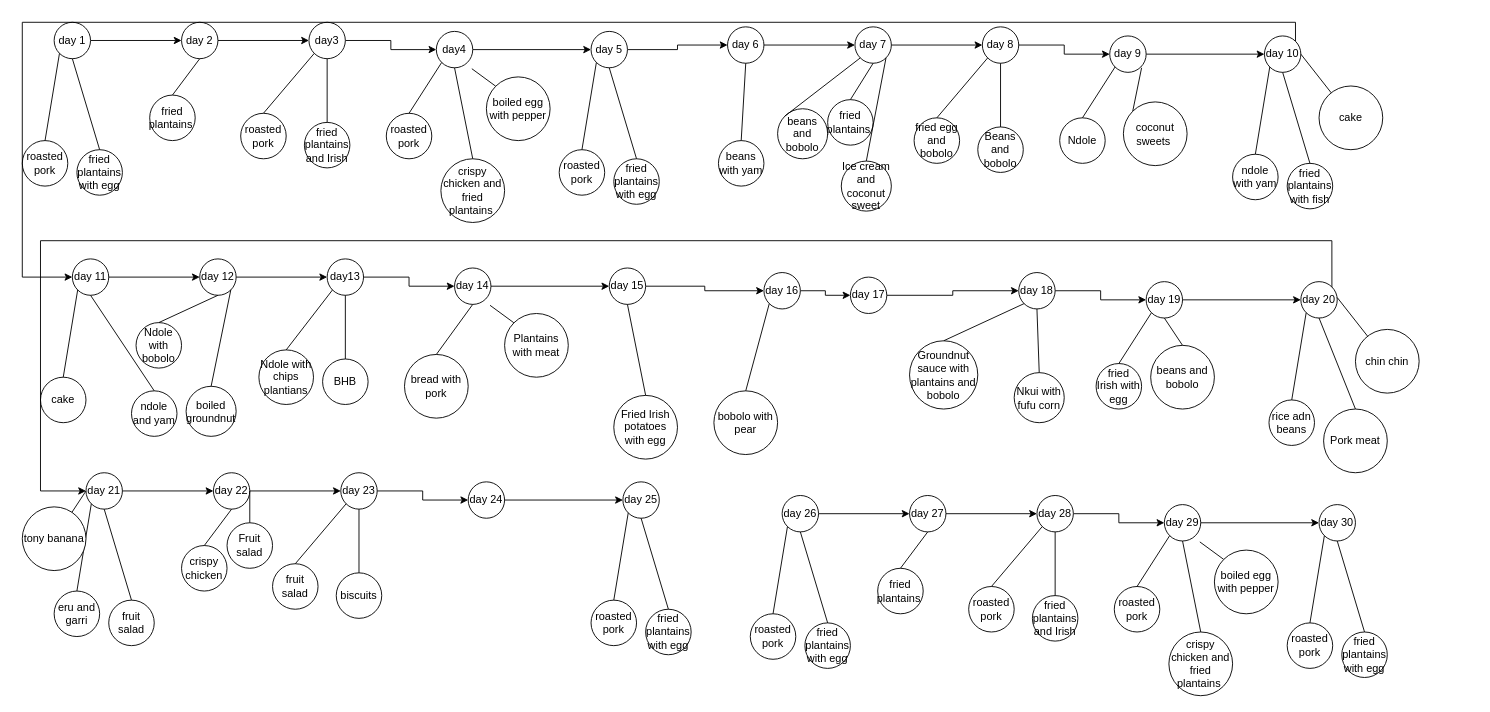
Earlier version of the draw.io diagram Diagrama sin título.drawio (NkwescheuKSL/FrontCMS). Source tidied: cells renumbered, new cells numbered last; positions are measured from the earlier drawing's top-left corner, leaving out a move shared by most shapes. Both pictures are drawn from the tidied source at 91%, with x=0, y=0 at pixel (22, 22).
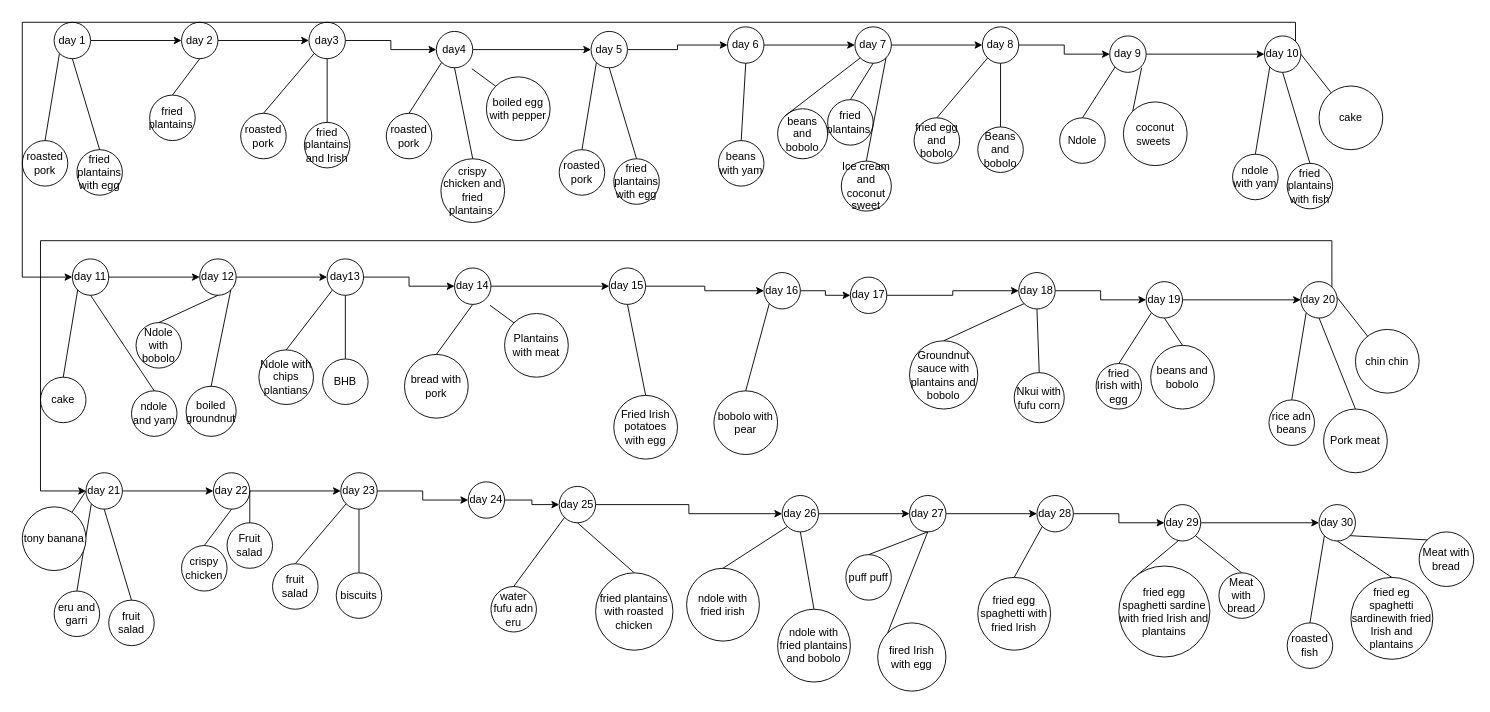
The same diagram, later.

The change refers to these unchanged cells:
```xml
<mxCell id="132" value="day 26" style="ellipse;whiteSpace=wrap;html=1;" parent="1" vertex="1">
  <mxGeometry x="835" y="520" width="40" height="40" as="geometry" />
</mxCell>
<mxCell id="138" value="day 27" style="ellipse;whiteSpace=wrap;html=1;" parent="1" vertex="1">
  <mxGeometry x="975" y="520" width="40" height="40" as="geometry" />
</mxCell>
<mxCell id="142" value="day 28" style="ellipse;whiteSpace=wrap;html=1;" parent="1" vertex="1">
  <mxGeometry x="1115" y="520" width="40" height="40" as="geometry" />
</mxCell>
<mxCell id="148" value="day 29" style="ellipse;whiteSpace=wrap;html=1;" parent="1" vertex="1">
  <mxGeometry x="1255" y="530" width="40" height="40" as="geometry" />
</mxCell>
<mxCell id="153" value="day 30" style="ellipse;whiteSpace=wrap;html=1;" parent="1" vertex="1">
  <mxGeometry x="1425" y="530" width="40" height="40" as="geometry" />
</mxCell>
```

The edit, as a diff of the source:
```diff
@@
+    <mxCell id="174" style="edgeStyle=orthogonalEdgeStyle;rounded=0;jettySize=auto;html=1;exitX=1;exitY=0.5;exitDx=0;exitDy=0;entryX=0;entryY=0.5;entryDx=0;entryDy=0;" parent="1" edge="1" source="126" target="132">
+      <mxGeometry relative="1" as="geometry" />
+    </mxCell>
     <mxCell id="126" value="day 25" style="ellipse;whiteSpace=wrap;html=1;" parent="1" vertex="1">
-      <mxGeometry x="660" y="505" width="40" height="40" as="geometry" />
+      <mxGeometry x="590" y="510" width="40" height="40" as="geometry" />
     </mxCell>
-    <mxCell id="127" value="roasted pork" style="ellipse;whiteSpace=wrap;html=1;" parent="1" vertex="1">
-      <mxGeometry x="625" y="635" width="50" height="50" as="geometry" />
+    <mxCell id="127" value="water fufu adn eru" style="ellipse;whiteSpace=wrap;html=1;" parent="1" vertex="1">
+      <mxGeometry x="515" y="620" width="50" height="50" as="geometry" />
     </mxCell>
-    <mxCell id="128" value="fried plantains with egg" style="ellipse;whiteSpace=wrap;html=1;" parent="1" vertex="1">
-      <mxGeometry x="685" y="645" width="50" height="50" as="geometry" />
+    <mxCell id="128" value="fried plantains with roasted chicken" style="ellipse;whiteSpace=wrap;html=1;" parent="1" vertex="1">
+      <mxGeometry x="630" y="605" width="85" height="85" as="geometry" />
     </mxCell>
@@
-    <mxCell id="133" value="roasted pork" style="ellipse;whiteSpace=wrap;html=1;" parent="1" vertex="1">
-      <mxGeometry x="800" y="650" width="50" height="50" as="geometry" />
+    <mxCell id="133" value="ndole with fried irish" style="ellipse;whiteSpace=wrap;html=1;" parent="1" vertex="1">
+      <mxGeometry x="730" y="600" width="80" height="80" as="geometry" />
     </mxCell>
-    <mxCell id="134" value="fried plantains with egg" style="ellipse;whiteSpace=wrap;html=1;" parent="1" vertex="1">
-      <mxGeometry x="860" y="660" width="50" height="50" as="geometry" />
+    <mxCell id="134" value="ndole with fried plantains and bobolo" style="ellipse;whiteSpace=wrap;html=1;" parent="1" vertex="1">
+      <mxGeometry x="830" y="645" width="80" height="80" as="geometry" />
     </mxCell>
@@
-    <mxCell id="139" value="fried plantains&amp;nbsp;" style="ellipse;whiteSpace=wrap;html=1;" parent="1" vertex="1">
-      <mxGeometry x="940" y="600" width="50" height="50" as="geometry" />
+    <mxCell id="139" value="puff puff" style="ellipse;whiteSpace=wrap;html=1;" parent="1" vertex="1">
+      <mxGeometry x="905" y="585" width="50" height="50" as="geometry" />
     </mxCell>
@@
-    <mxCell id="143" value="roasted pork" style="ellipse;whiteSpace=wrap;html=1;" parent="1" vertex="1">
-      <mxGeometry x="1040" y="620" width="50" height="50" as="geometry" />
+    <mxCell id="143" value="fried egg spaghetti with fried Irish" style="ellipse;whiteSpace=wrap;html=1;" parent="1" vertex="1">
+      <mxGeometry x="1050" y="610" width="80" height="80" as="geometry" />
     </mxCell>
-    <mxCell id="144" value="fried plantains and Irish" style="ellipse;whiteSpace=wrap;html=1;" parent="1" vertex="1">
-      <mxGeometry x="1110" y="630" width="50" height="50" as="geometry" />
-    </mxCell>
@@
-    <mxCell id="146" style="endArrow=none;html=1;rounded=0;exitX=0.5;exitY=0;exitDx=0;exitDy=0;entryX=0.5;entryY=1;entryDx=0;entryDy=0;" parent="1" edge="1" source="144" target="142">
-      <mxGeometry relative="1" as="geometry" />
-    </mxCell>
@@
-    <mxCell id="149" value="roasted pork" style="ellipse;whiteSpace=wrap;html=1;" parent="1" vertex="1">
-      <mxGeometry x="1200" y="620" width="50" height="50" as="geometry" />
-    </mxCell>
-    <mxCell id="150" value="crispy chicken and fried plantains&amp;nbsp;" style="ellipse;whiteSpace=wrap;html=1;" parent="1" vertex="1">
-      <mxGeometry x="1260" y="670" width="70" height="70" as="geometry" />
-    </mxCell>
-    <mxCell id="151" style="endArrow=none;html=1;rounded=0;exitX=0.5;exitY=0;exitDx=0;exitDy=0;entryX=0;entryY=1;entryDx=0;entryDy=0;" parent="1" edge="1" source="149" target="148">
-      <mxGeometry relative="1" as="geometry" />
-    </mxCell>
-    <mxCell id="152" style="endArrow=none;html=1;rounded=0;exitX=0.5;exitY=0;exitDx=0;exitDy=0;entryX=0.5;entryY=1;entryDx=0;entryDy=0;" parent="1" edge="1" source="150" target="148">
-      <mxGeometry relative="1" as="geometry" />
-    </mxCell>
@@
-    <mxCell id="154" value="roasted pork" style="ellipse;whiteSpace=wrap;html=1;" parent="1" vertex="1">
+    <mxCell id="154" value="roasted fish" style="ellipse;whiteSpace=wrap;html=1;" parent="1" vertex="1">
       <mxGeometry x="1390" y="660" width="50" height="50" as="geometry" />
     </mxCell>
-    <mxCell id="155" value="fried plantains with egg" style="ellipse;whiteSpace=wrap;html=1;" parent="1" vertex="1">
-      <mxGeometry x="1450" y="670" width="50" height="50" as="geometry" />
+    <mxCell id="155" value="fried eg spaghetti sardinewith fried Irish and plantains" style="ellipse;whiteSpace=wrap;html=1;" parent="1" vertex="1">
+      <mxGeometry x="1460" y="610" width="90" height="90" as="geometry" />
     </mxCell>
@@
-    <mxCell id="158" style="endArrow=none;html=1;rounded=0;entryX=0.975;entryY=1.025;entryDx=0;entryDy=0;entryPerimeter=0;exitX=0;exitY=0;exitDx=0;exitDy=0;" parent="1" edge="1" source="159" target="148">
-      <mxGeometry relative="1" as="geometry" />
+    <mxCell id="158" style="endArrow=none;html=1;rounded=0;exitX=0;exitY=0;exitDx=0;exitDy=0;" parent="1" edge="1" source="159">
+      <mxGeometry relative="1" as="geometry">
+        <mxPoint x="1270" y="570" as="targetPoint" />
+      </mxGeometry>
     </mxCell>
-    <mxCell id="159" value="boiled egg&lt;br&gt;with pepper" style="ellipse;whiteSpace=wrap;html=1;" parent="1" vertex="1">
-      <mxGeometry x="1310" y="580" width="70" height="70" as="geometry" />
+    <mxCell id="159" value="fried egg spaghetti sardine with fried Irish and plantains" style="ellipse;whiteSpace=wrap;html=1;" parent="1" vertex="1">
+      <mxGeometry x="1205" y="597.5" width="100" height="100" as="geometry" />
     </mxCell>
@@
+    <mxCell id="175" value="fired Irish with egg" style="ellipse;whiteSpace=wrap;html=1;" parent="1" vertex="1">
+      <mxGeometry x="940" y="660" width="75" height="75" as="geometry" />
+    </mxCell>
+    <mxCell id="176" style="endArrow=none;html=1;rounded=0;exitX=0;exitY=0;exitDx=0;exitDy=0;entryX=0.5;entryY=1;entryDx=0;entryDy=0;" parent="1" edge="1" source="175" target="138">
+      <mxGeometry relative="1" as="geometry" />
+    </mxCell>
+    <mxCell id="177" value="Meat with bread" style="ellipse;whiteSpace=wrap;html=1;" parent="1" vertex="1">
+      <mxGeometry x="1315" y="605" width="50" height="50" as="geometry" />
+    </mxCell>
+    <mxCell id="178" style="endArrow=none;html=1;rounded=0;exitX=0.5;exitY=0;exitDx=0;exitDy=0;entryX=1;entryY=1;entryDx=0;entryDy=0;" parent="1" edge="1" source="177" target="148">
+      <mxGeometry relative="1" as="geometry" />
+    </mxCell>
+    <mxCell id="179" value="Meat with bread" style="ellipse;whiteSpace=wrap;html=1;" parent="1" vertex="1">
+      <mxGeometry x="1535" y="560" width="60" height="60" as="geometry" />
+    </mxCell>
+    <mxCell id="180" style="endArrow=none;html=1;rounded=0;exitX=0;exitY=0;exitDx=0;exitDy=0;entryX=1;entryY=1;entryDx=0;entryDy=0;" parent="1" edge="1" source="179" target="153">
+      <mxGeometry relative="1" as="geometry" />
+    </mxCell>
```
